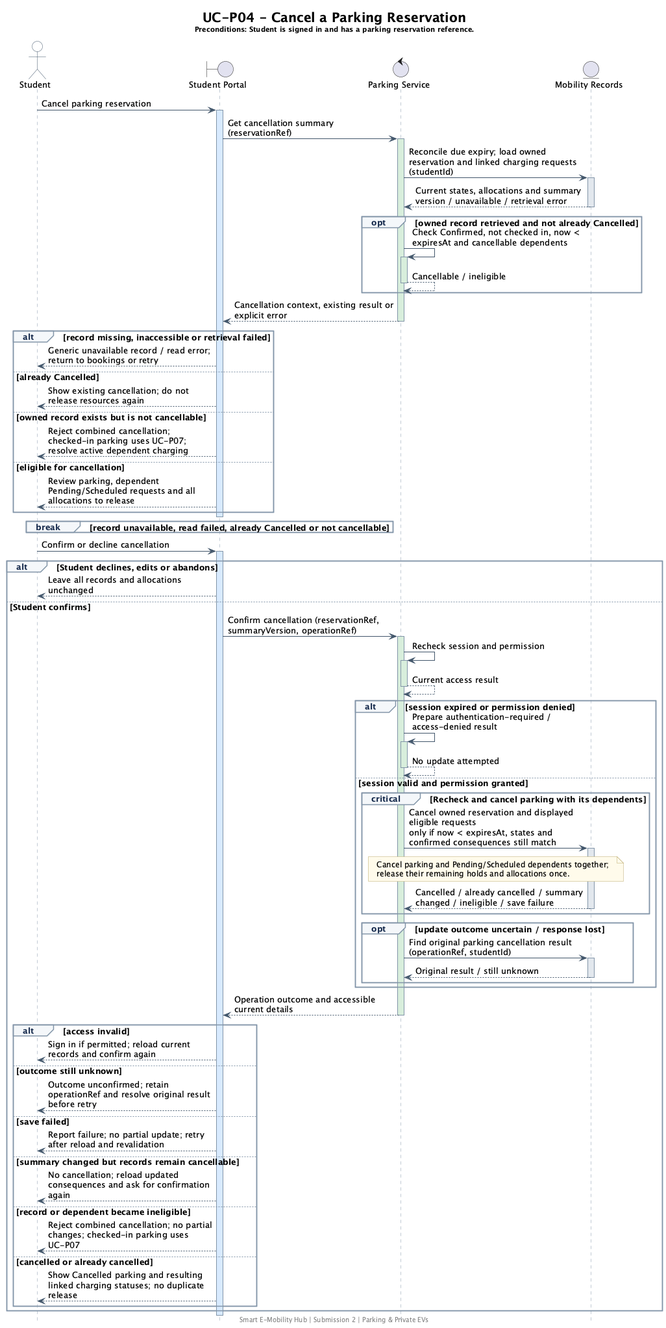
Above: docs/submission-2/sequence-diagrams/parking-private-ev/SD_CancelParkingReservation.png in thanhpham1108/smart-e-mobility-hub (PlantUML), before the change. Its diagram source:
```plantuml
@startuml
skinparam backgroundColor #FFFFFF
skinparam shadowing false
skinparam defaultFontName SansSerif
skinparam defaultFontSize 13
skinparam titleFontSize 20
skinparam maxMessageSize 260
skinparam ParticipantPadding 24
skinparam BoxPadding 12
skinparam sequence {
  ArrowColor #42566B
  LifeLineBorderColor #8295A8
  LifeLineBackgroundColor #D8EAFE
  ActivationBorderColor #42566B
  ParticipantBorderColor #42566B
  ParticipantBackgroundColor #E8F1FA
  ParticipantFontColor #172B4D
  ActorBorderColor #42566B
  ActorBackgroundColor #FFFFFF
  GroupBorderColor #8295A8
  GroupBackgroundColor #F4F7FA
  GroupHeaderFontColor #172B4D
  DividerBackgroundColor #E8F1FA
  DividerBorderColor #8295A8
}
skinparam note {
  BackgroundColor #FFFBEB
  BorderColor #BBA86A
  FontSize 12
}
hide footbox
title
UC-P04 - Cancel a Parking Reservation
<size:11>Preconditions: Student is signed in and has a parking reservation reference.</size>
end title
actor Student as ST
boundary "Student Portal" as UI
control "Parking Service" as SVC
entity "Mobility Records" as DATA

ST -> UI: Cancel parking reservation
activate UI #D8EAFE
UI -> SVC: Get cancellation summary (reservationRef)
activate SVC #D8EEDC
SVC -> DATA: Reconcile due expiry; load owned reservation and linked charging requests (studentId)
activate DATA #E2E7ED
DATA --> SVC: Current states, allocations and summary version / unavailable / retrieval error
deactivate DATA
opt owned record retrieved and not already Cancelled
SVC -> SVC: Check Confirmed, not checked in, now < expiresAt and cancellable dependents
activate SVC #D8EEDC
SVC --> SVC: Cancellable / ineligible
deactivate SVC
end
SVC --> UI: Cancellation context, existing result or explicit error
deactivate SVC
alt record missing, inaccessible or retrieval failed
UI --> ST: Generic unavailable record / read error; return to bookings or retry
else already Cancelled
UI --> ST: Show existing cancellation; do not release resources again
else owned record exists but is not cancellable
UI --> ST: Reject combined cancellation; checked-in parking uses UC-P07; resolve active dependent charging
else eligible for cancellation
UI --> ST: Review parking, dependent Pending/Scheduled requests and all allocations to release
end
deactivate UI
break record unavailable, read failed, already Cancelled or not cancellable

end

ST -> UI: Confirm or decline cancellation
activate UI #D8EAFE
alt Student declines, edits or abandons
UI --> ST: Leave all records and allocations unchanged
else Student confirms
UI -> SVC: Confirm cancellation (reservationRef, summaryVersion, operationRef)
activate SVC #D8EEDC
SVC -> SVC: Recheck session and permission
activate SVC #D8EEDC
SVC --> SVC: Current access result
deactivate SVC
alt session expired or permission denied
SVC -> SVC: Prepare authentication-required / access-denied result
activate SVC #D8EEDC
SVC --> SVC: No update attempted
deactivate SVC
else session valid and permission granted
critical Recheck and cancel parking with its dependents
SVC -> DATA: Cancel owned reservation and displayed eligible requests\nonly if now < expiresAt, states and confirmed consequences still match
activate DATA #E2E7ED
note over SVC,DATA
  Cancel parking and Pending/Scheduled dependents together;
  release their remaining holds and allocations once.
end note
DATA --> SVC: Cancelled / already cancelled / summary changed / ineligible / save failure
deactivate DATA
end
opt update outcome uncertain / response lost
SVC -> DATA: Find original parking cancellation result (operationRef, studentId)
activate DATA #E2E7ED
DATA --> SVC: Original result / still unknown
deactivate DATA
end
end
SVC --> UI: Operation outcome and accessible current details
deactivate SVC
alt access invalid
UI --> ST: Sign in if permitted; reload current records and confirm again
else outcome still unknown
UI --> ST: Outcome unconfirmed; retain operationRef and resolve original result before retry
else save failed
UI --> ST: Report failure; no partial update; retry after reload and revalidation
else summary changed but records remain cancellable
UI --> ST: No cancellation; reload updated consequences and ask for confirmation again
else record or dependent became ineligible
UI --> ST: Reject combined cancellation; no partial changes; checked-in parking uses UC-P07
else cancelled or already cancelled
UI --> ST: Show Cancelled parking and resulting linked charging statuses; no duplicate release
end
end
deactivate UI

footer Smart E-Mobility Hub | Submission 2 | Parking & Private EVs
@enduml
```
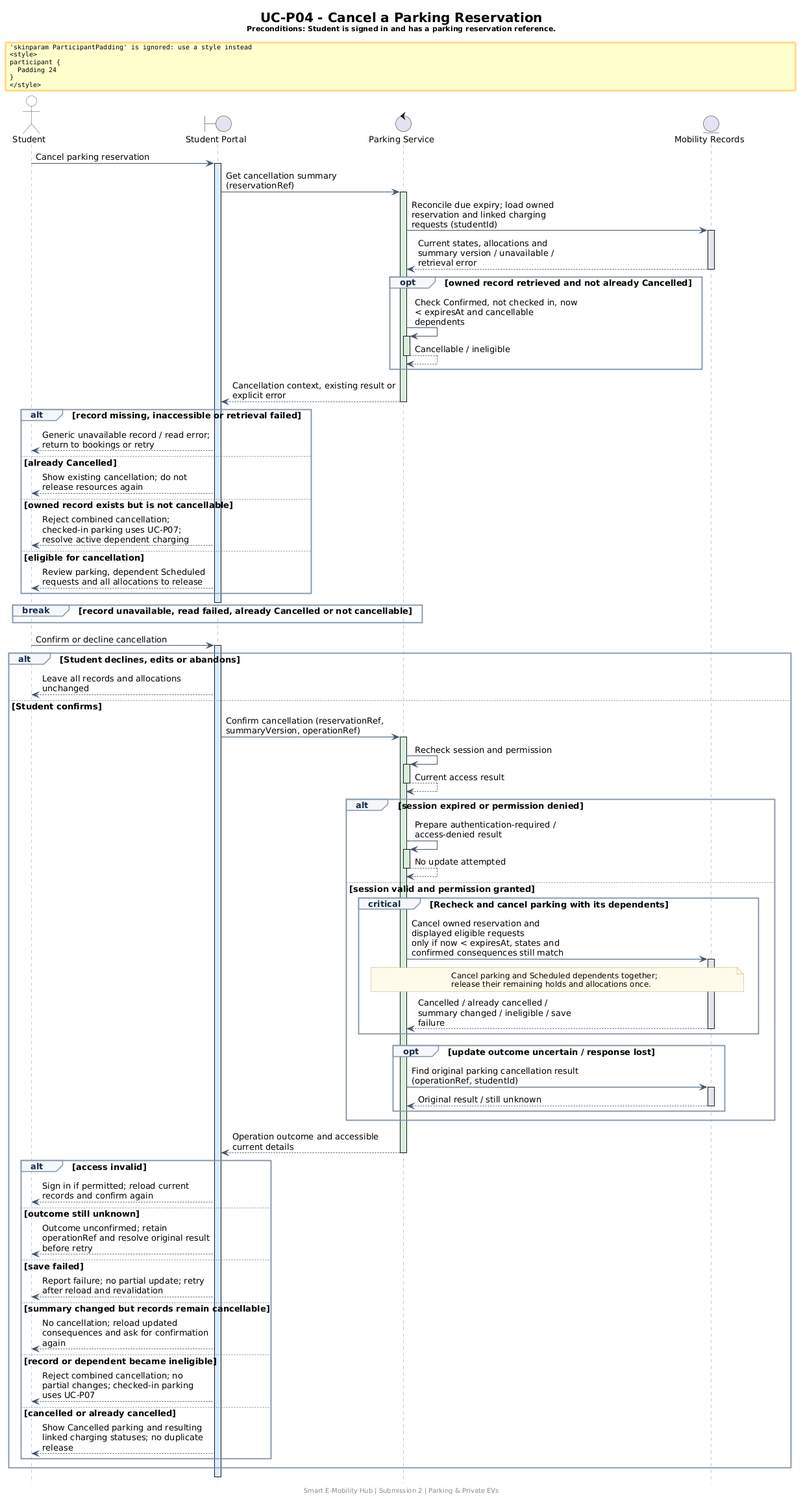
After the change.

Diff of the diagram source:
```diff
@@ -61,7 +61,7 @@
 else owned record exists but is not cancellable
 UI --> ST: Reject combined cancellation; checked-in parking uses UC-P07; resolve active dependent charging
 else eligible for cancellation
-UI --> ST: Review parking, dependent Pending/Scheduled requests and all allocations to release
+UI --> ST: Review parking, dependent Scheduled requests and all allocations to release
 end
 deactivate UI
 break record unavailable, read failed, already Cancelled or not cancellable
@@ -89,7 +89,7 @@
 SVC -> DATA: Cancel owned reservation and displayed eligible requests\nonly if now < expiresAt, states and confirmed consequences still match
 activate DATA #E2E7ED
 note over SVC,DATA
-  Cancel parking and Pending/Scheduled dependents together;
+  Cancel parking and Scheduled dependents together;
   release their remaining holds and allocations once.
 end note
 DATA --> SVC: Cancelled / already cancelled / summary changed / ineligible / save failure
```
